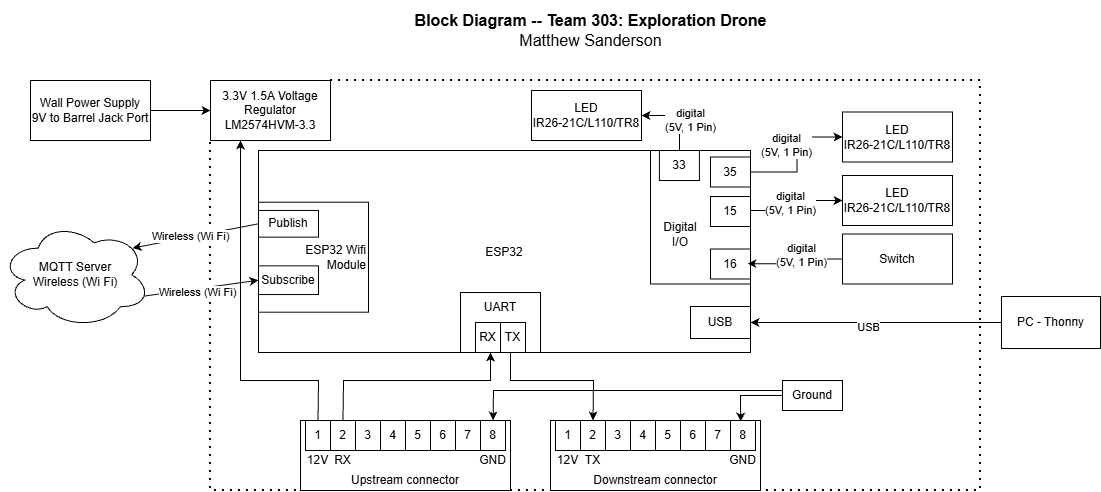
Before: docs/02-Block-Diagram/BlockDiagram314.png, a diagram exported from draw.io (msande84/msande84.EGR314.github.io). Source tidied: cells renumbered, new cells last; positions are measured from the earlier drawing's top-left corner, leaving out a move shared by most shapes.
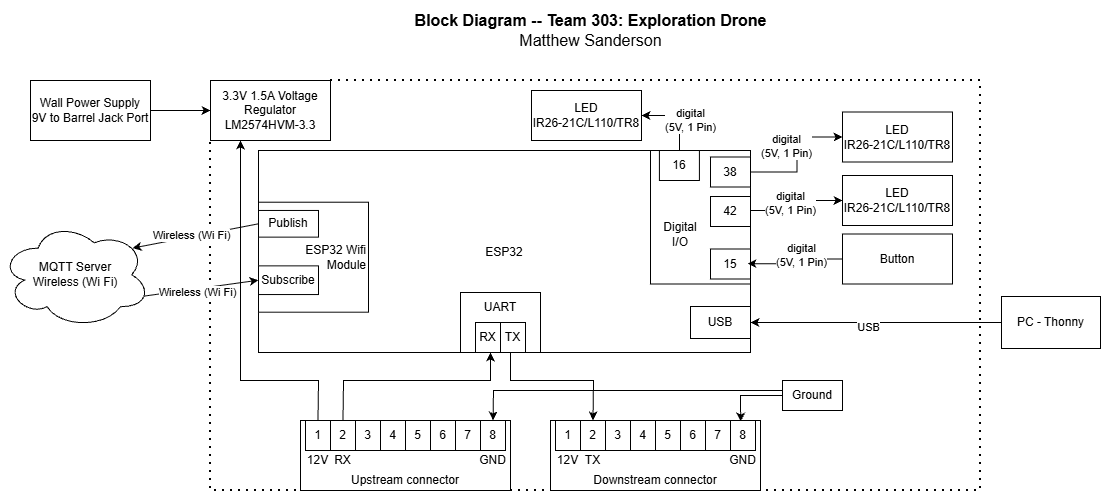
After the change.

Commit message:
updated block diagram

Diff of the diagram source:
```diff
@@ -44,13 +44,13 @@
     <mxCell id="13" value="RC4" style="rounded=0;whiteSpace=wrap;html=1;" parent="1" vertex="1">
       <mxGeometry x="710" y="196" width="40" height="30" as="geometry" />
     </mxCell>
-    <mxCell id="14" value="16" style="rounded=0;whiteSpace=wrap;html=1;" parent="1" vertex="1">
+    <mxCell id="14" value="15" style="rounded=0;whiteSpace=wrap;html=1;" parent="1" vertex="1">
       <mxGeometry x="710" y="248.5" width="40" height="30" as="geometry" />
     </mxCell>
     <mxCell id="15" value="LED&lt;div&gt;IR26-21C/L110/TR8&lt;/div&gt;" style="rounded=0;whiteSpace=wrap;html=1;" parent="1" vertex="1">
       <mxGeometry x="842" y="175" width="110" height="50" as="geometry" />
     </mxCell>
-    <mxCell id="16" value="&lt;div&gt;Switch&lt;/div&gt;" style="rounded=0;whiteSpace=wrap;html=1;" parent="1" vertex="1">
+    <mxCell id="16" value="&lt;div&gt;Button&lt;/div&gt;" style="rounded=0;whiteSpace=wrap;html=1;" parent="1" vertex="1">
       <mxGeometry x="842" y="233.5" width="110" height="50" as="geometry" />
     </mxCell>
     <mxCell id="17" value="Digital&lt;div&gt;I/O&lt;/div&gt;" style="text;html=1;align=center;verticalAlign=middle;whiteSpace=wrap;rounded=0;" parent="1" vertex="1">
@@ -241,7 +241,7 @@
         </Array>
       </mxGeometry>
     </mxCell>
-    <mxCell id="68" value="15" style="rounded=0;whiteSpace=wrap;html=1;" parent="1" vertex="1">
+    <mxCell id="68" value="42" style="rounded=0;whiteSpace=wrap;html=1;" parent="1" vertex="1">
       <mxGeometry x="710" y="196" width="40" height="30" as="geometry" />
     </mxCell>
     <mxCell id="69" value="LED&lt;div&gt;IR26-21C/L110/TR8&lt;/div&gt;" style="rounded=0;whiteSpace=wrap;html=1;" parent="1" vertex="1">
@@ -263,10 +263,10 @@
     <mxCell id="73" value="LED&lt;div&gt;IR26-21C/L110/TR8&lt;/div&gt;" style="rounded=0;whiteSpace=wrap;html=1;" parent="1" vertex="1">
       <mxGeometry x="531" y="90" width="110" height="50" as="geometry" />
     </mxCell>
-    <mxCell id="74" value="35" style="rounded=0;whiteSpace=wrap;html=1;" parent="1" vertex="1">
+    <mxCell id="74" value="38" style="rounded=0;whiteSpace=wrap;html=1;" parent="1" vertex="1">
       <mxGeometry x="710" y="156.5" width="40" height="30" as="geometry" />
     </mxCell>
-    <mxCell id="75" value="33" style="rounded=0;whiteSpace=wrap;html=1;" parent="1" vertex="1">
+    <mxCell id="75" value="16" style="rounded=0;whiteSpace=wrap;html=1;" parent="1" vertex="1">
       <mxGeometry x="658.9" y="150" width="40" height="30" as="geometry" />
     </mxCell>
     <mxCell id="76" style="edgeStyle=orthogonalEdgeStyle;rounded=0;jettySize=auto;html=1;exitX=1.004;exitY=0.455;exitDx=0;exitDy=0;exitPerimeter=0;entryX=0;entryY=0.5;entryDx=0;entryDy=0;" parent="1" edge="1" target="72">
```
